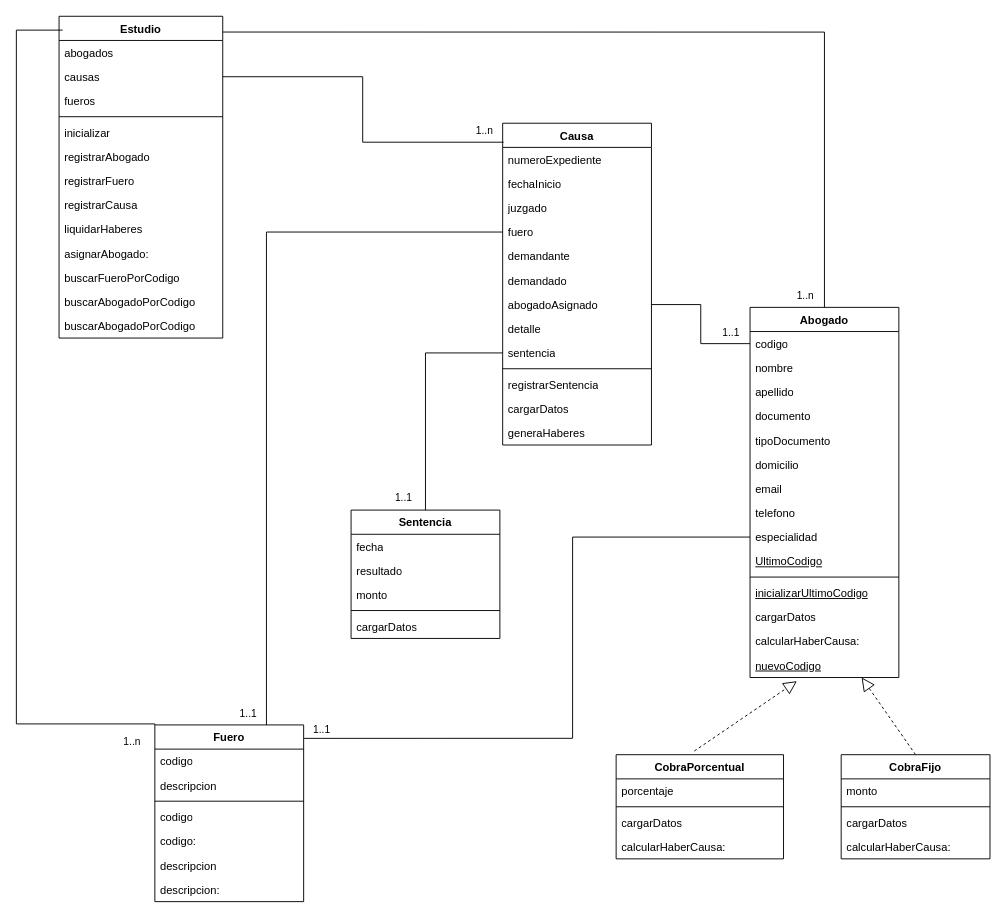
Above: page "DiagramaClases" (1 of 2) of diagrama.drawio in Valentin-Leone-Arriola/Paradigmas-2026-2k06-G03 (draw.io), before the change. Source tidied: cells renumbered, new cells numbered last; positions are measured from the earlier drawing's top-left corner, leaving out a move shared by most shapes. Both pictures are drawn from the tidied source at 93%, with x=0, y=0 at pixel (16, 16).
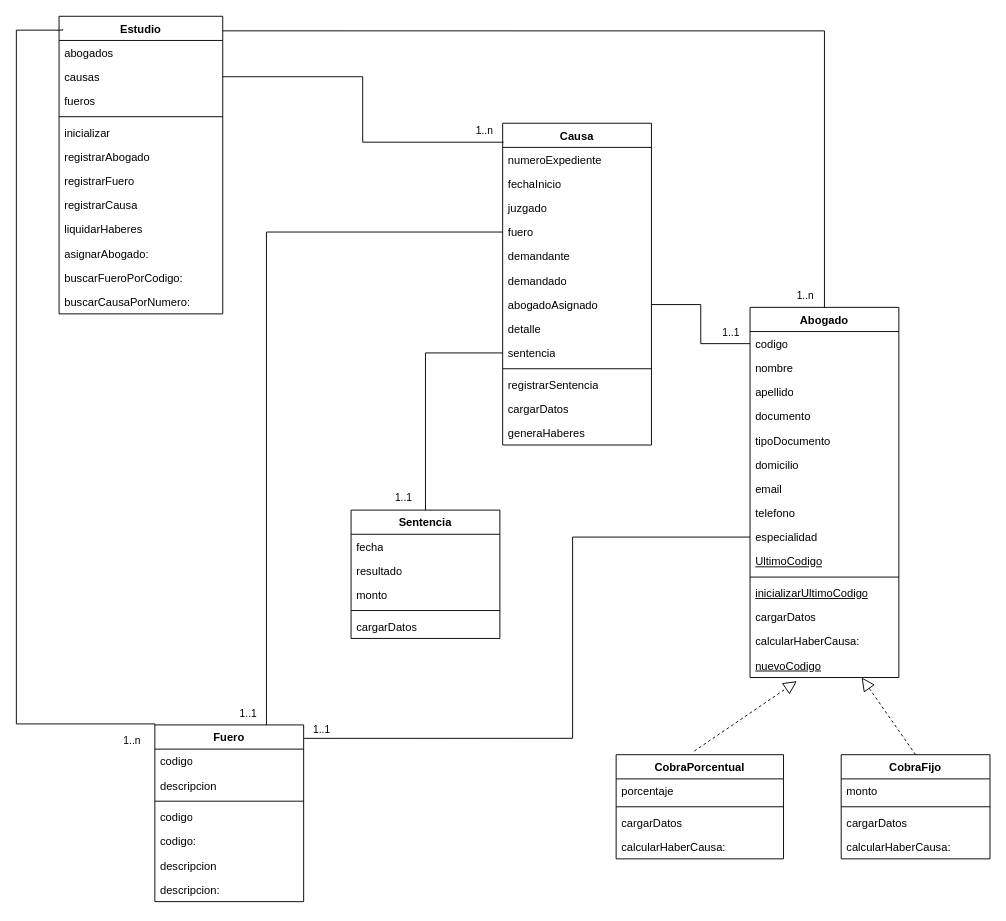
The same diagram, later.

Commit message (it also covers changes not shown here):
correcion agregar causa

The edit, as a diff of the source:
```diff
@@
     <mxCell id="32" value="Estudio" style="swimlane;fontStyle=1;align=center;verticalAlign=top;horizontal=1;startSize=26;whiteSpace=wrap;html=1;" parent="1" vertex="1">
-      <mxGeometry x="46" width="176" height="346" as="geometry" />
+      <mxGeometry x="46" width="176" height="320" as="geometry" />
     </mxCell>
@@
-    <mxCell id="43" value="buscarFueroPorCodigo" style="text;strokeColor=none;fillColor=none;align=left;verticalAlign=top;spacingLeft=4;spacingRight=4;overflow=hidden;whiteSpace=wrap;html=1;" parent="32" vertex="1">
+    <mxCell id="43" value="buscarFueroPorCodigo:" style="text;strokeColor=none;fillColor=none;align=left;verticalAlign=top;spacingLeft=4;spacingRight=4;overflow=hidden;whiteSpace=wrap;html=1;" parent="32" vertex="1">
       <mxGeometry y="268" width="176" height="26" as="geometry" />
     </mxCell>
-    <mxCell id="44" value="buscarAbogadoPorCodigo" style="text;strokeColor=none;fillColor=none;align=left;verticalAlign=top;spacingLeft=4;spacingRight=4;overflow=hidden;whiteSpace=wrap;html=1;" parent="32" vertex="1">
-      <mxGeometry y="294" width="176" height="26" as="geometry" />
-    </mxCell>
-    <mxCell id="45" value="buscarAbogadoPorCodigo" style="text;strokeColor=none;fillColor=none;align=left;verticalAlign=top;spacingLeft=4;spacingRight=4;overflow=hidden;whiteSpace=wrap;html=1;" parent="32" vertex="1">
-      <mxGeometry y="320" width="176" height="26" as="geometry" />
+    <mxCell id="45" value="buscarCausaPorNumero:" style="text;strokeColor=none;fillColor=none;align=left;verticalAlign=top;spacingLeft=4;spacingRight=4;overflow=hidden;whiteSpace=wrap;html=1;" parent="32" vertex="1">
+      <mxGeometry y="294" width="176" height="26" as="geometry" />
     </mxCell>
```
